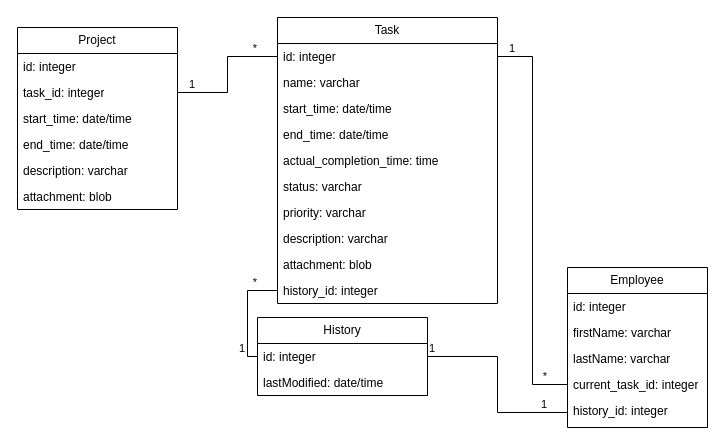
The draw.io diagram ER.drawio in hard-gainer/UML, before the edit. Source tidied: cells renumbered, new cells numbered last; positions are measured from the earlier drawing's top-left corner, leaving out a move shared by most shapes. Both pictures are drawn from the tidied source at 100%, with x=0, y=0 at pixel (17, 17).
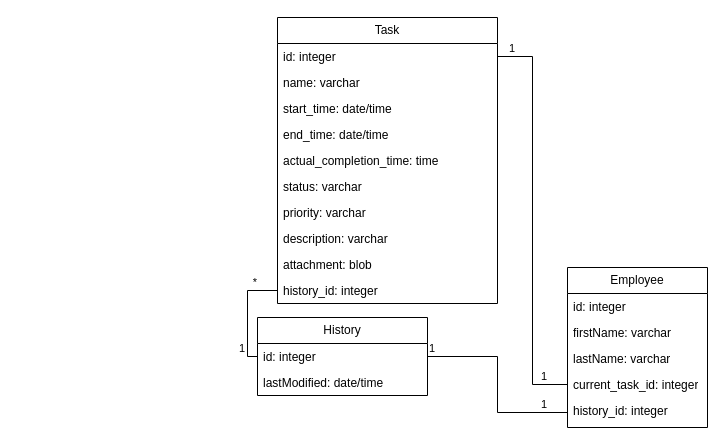
The same diagram, later.

Unchanged cells that the change refers to:
```xml
<mxCell id="9" value="id: integer" style="text;strokeColor=none;fillColor=none;align=left;verticalAlign=top;spacingLeft=4;spacingRight=4;overflow=hidden;points=[[0,0.5],[1,0.5]];portConstraint=eastwest;whiteSpace=wrap;html=1;" parent="8" vertex="1">
  <mxGeometry y="26" width="220" height="26" as="geometry" />
</mxCell>
<mxCell id="32" style="endArrow=none;html=1;edgeStyle=orthogonalEdgeStyle;rounded=0;exitX=1;exitY=0.5;exitDx=0;exitDy=0;entryX=0;entryY=0.5;entryDx=0;entryDy=0;" parent="1" edge="1" source="9" target="6">
  <mxGeometry relative="1" as="geometry" />
</mxCell>
```

What changed in the source:
```diff
@@
-    <mxCell id="19" value="Project" style="swimlane;fontStyle=0;horizontal=1;startSize=26;fillColor=none;whiteSpace=wrap;html=1;" parent="1" vertex="1">
-      <mxGeometry y="10" width="160" height="182" as="geometry" />
-    </mxCell>
-    <mxCell id="20" value="id: integer" style="text;strokeColor=none;fillColor=none;align=left;verticalAlign=top;spacingLeft=4;spacingRight=4;overflow=hidden;whiteSpace=wrap;html=1;" parent="19" vertex="1">
-      <mxGeometry y="26" width="160" height="26" as="geometry" />
-    </mxCell>
-    <mxCell id="21" value="task_id: integer" style="text;strokeColor=none;fillColor=none;align=left;verticalAlign=top;spacingLeft=4;spacingRight=4;overflow=hidden;points=[[0,0.5],[1,0.5]];portConstraint=eastwest;whiteSpace=wrap;html=1;" parent="19" vertex="1">
-      <mxGeometry y="52" width="160" height="26" as="geometry" />
-    </mxCell>
-    <mxCell id="22" value="start_time: date/time" style="text;strokeColor=none;fillColor=none;align=left;verticalAlign=top;spacingLeft=4;spacingRight=4;overflow=hidden;whiteSpace=wrap;html=1;" parent="19" vertex="1">
-      <mxGeometry y="78" width="160" height="26" as="geometry" />
-    </mxCell>
-    <mxCell id="23" value="end_time: date/time" style="text;strokeColor=none;fillColor=none;align=left;verticalAlign=top;spacingLeft=4;spacingRight=4;overflow=hidden;whiteSpace=wrap;html=1;" parent="19" vertex="1">
-      <mxGeometry y="104" width="160" height="26" as="geometry" />
-    </mxCell>
-    <mxCell id="24" value="description: varchar" style="text;strokeColor=none;fillColor=none;align=left;verticalAlign=top;spacingLeft=4;spacingRight=4;overflow=hidden;whiteSpace=wrap;html=1;" parent="19" vertex="1">
-      <mxGeometry y="130" width="160" height="26" as="geometry" />
-    </mxCell>
-    <mxCell id="25" value="attachment: blob" style="text;strokeColor=none;fillColor=none;align=left;verticalAlign=top;spacingLeft=4;spacingRight=4;overflow=hidden;whiteSpace=wrap;html=1;" parent="19" vertex="1">
-      <mxGeometry y="156" width="160" height="26" as="geometry" />
-    </mxCell>
@@
-    <mxCell id="34" value="*" style="edgeLabel;html=1;align=right;verticalAlign=bottom;" parent="32" vertex="1">
+    <mxCell id="34" value="1" style="edgeLabel;html=1;align=right;verticalAlign=bottom;" parent="32" vertex="1">
       <mxGeometry x="1" relative="1" as="geometry">
         <mxPoint x="-20" as="offset" />
       </mxGeometry>
     </mxCell>
@@
-    <mxCell id="38" style="endArrow=none;html=1;edgeStyle=orthogonalEdgeStyle;rounded=0;exitX=1;exitY=0.5;exitDx=0;exitDy=0;entryX=0;entryY=0.5;entryDx=0;entryDy=0;" parent="1" edge="1" source="21" target="9">
-      <mxGeometry relative="1" as="geometry" />
-    </mxCell>
-    <mxCell id="39" value="1" style="edgeLabel;html=1;align=left;verticalAlign=bottom;" parent="38" vertex="1">
-      <mxGeometry x="-1" relative="1" as="geometry">
-        <mxPoint x="10" as="offset" />
-      </mxGeometry>
-    </mxCell>
-    <mxCell id="40" value="*" style="edgeLabel;html=1;align=right;verticalAlign=bottom;" parent="38" vertex="1">
-      <mxGeometry x="1" relative="1" as="geometry">
-        <mxPoint x="-20" as="offset" />
-      </mxGeometry>
-    </mxCell>
```
